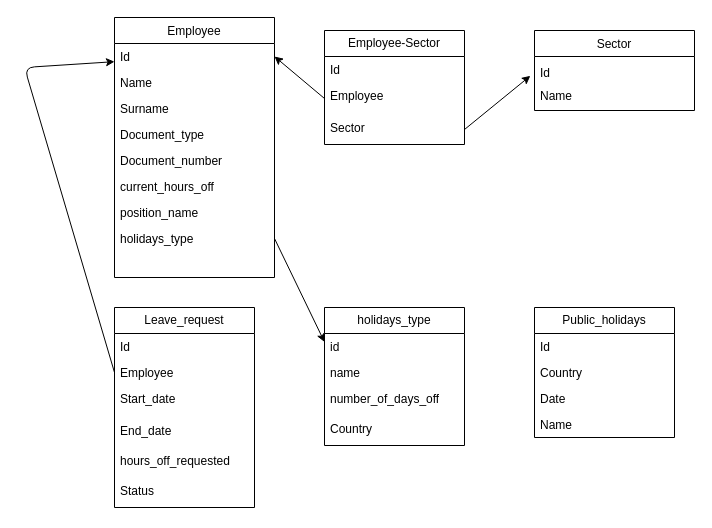
Earlier version of the draw.io diagram UML.drawio (warydiaz/final_project). Source tidied: cells renumbered, new cells numbered last; positions are measured from the earlier drawing's top-left corner, leaving out a move shared by most shapes. Both pictures are drawn from the tidied source at 100%, with x=0, y=0 at pixel (24, 17).
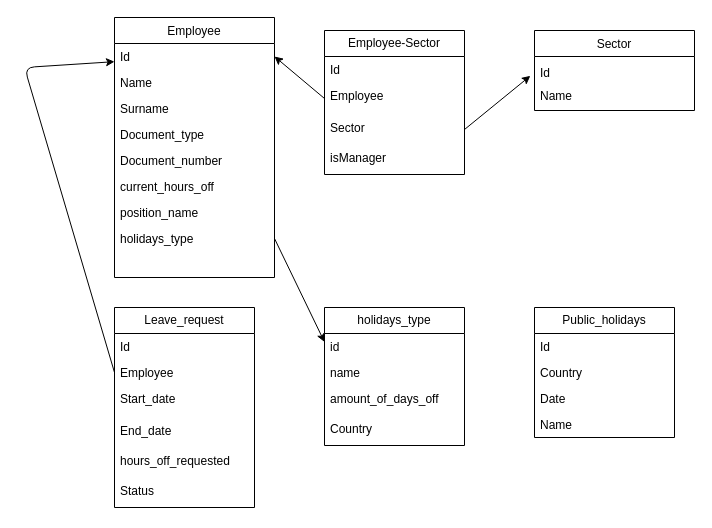
The same diagram, later.

Unchanged cells that the change refers to:
```xml
<mxCell id="21" value="holidays_type" style="swimlane;fontStyle=0;horizontal=1;startSize=26;fillColor=none;whiteSpace=wrap;html=1;" parent="1" vertex="1">
  <mxGeometry x="300" y="290" width="140" height="138" as="geometry" />
</mxCell>
```

What changed in the source:
```diff
@@
-    <mxCell id="24" value="number_of_days_off" style="text;strokeColor=none;fillColor=none;align=left;verticalAlign=top;spacingLeft=4;spacingRight=4;overflow=hidden;whiteSpace=wrap;html=1;" parent="21" vertex="1">
+    <mxCell id="24" value="amount_of_days_off" style="text;strokeColor=none;fillColor=none;align=left;verticalAlign=top;spacingLeft=4;spacingRight=4;overflow=hidden;whiteSpace=wrap;html=1;" parent="21" vertex="1">
       <mxGeometry y="78" width="140" height="30" as="geometry" />
     </mxCell>
@@
     <mxCell id="31" value="Employee-Sector" style="swimlane;fontStyle=0;horizontal=1;startSize=26;fillColor=none;whiteSpace=wrap;html=1;" parent="1" vertex="1">
-      <mxGeometry x="300" y="13" width="140" height="114" as="geometry" />
+      <mxGeometry x="300" y="13" width="140" height="144" as="geometry" />
     </mxCell>
@@
+    <mxCell id="39" value="isManager" style="text;strokeColor=none;fillColor=none;align=left;verticalAlign=top;spacingLeft=4;spacingRight=4;overflow=hidden;whiteSpace=wrap;html=1;" parent="31" vertex="1">
+      <mxGeometry y="114" width="140" height="30" as="geometry" />
+    </mxCell>
```
